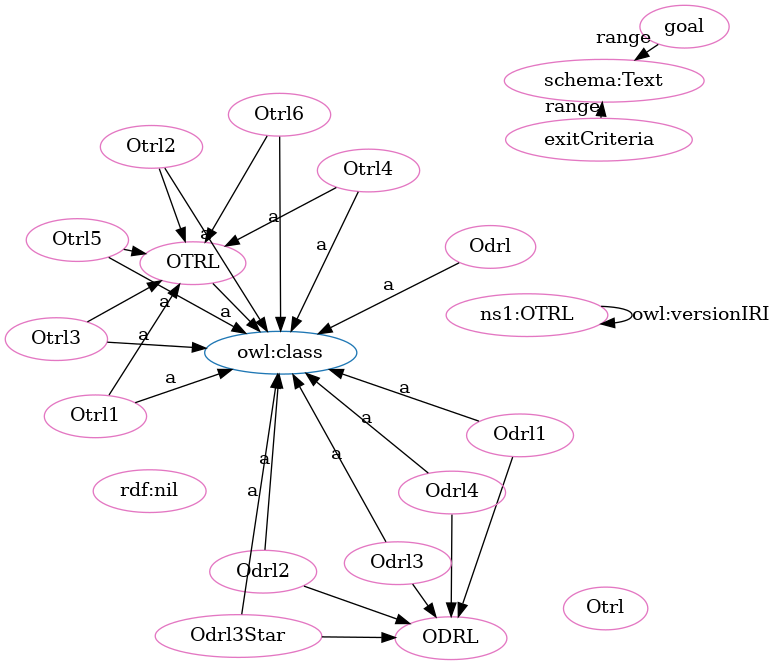
This is OTRL-clean.png from OPEN-NEXT/OKH-LOSH, a Graphviz export, as it was before one commit. Its source is kept beside it as OTRL-clean.dot.
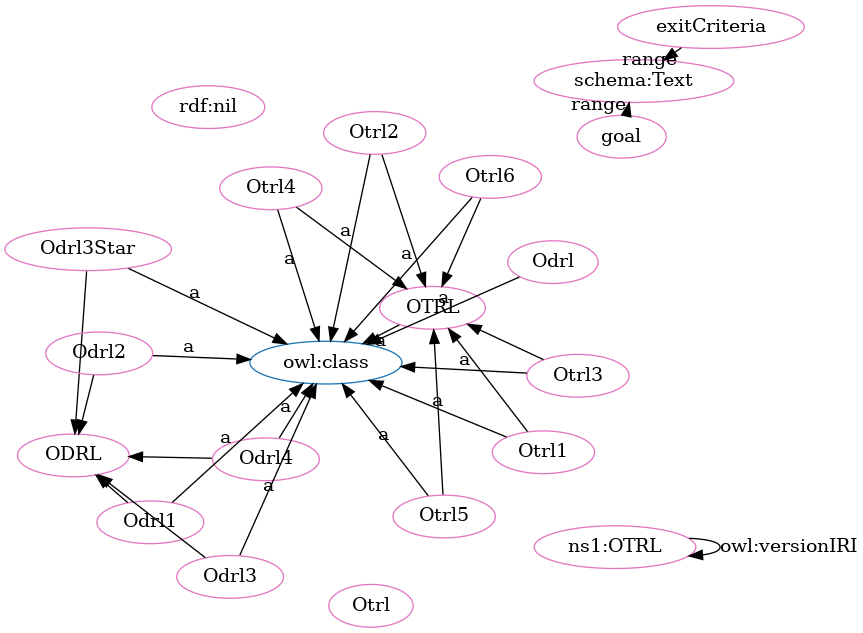
Later version of the same file.

What changed in the source:
```diff
@@ -1,54 +1,54 @@
 digraph G {
   rankdir=BT
   node[height=.3]
+"http://purl.org/oseg/ontologies/OTRL#ODRL" [fillcolor="#1f77b4" color="#1f77b4" label="ODRL"]
+"http://www.w3.org/2002/07/owl#class" [fillcolor="#1f77b4" color="#1f77b4" label="owl:class"]
 "http://purl.org/oseg/ontologies/OTRL#OTRL" [fillcolor="#1f77b4" color="#1f77b4" label="OTRL"]
-"http://www.w3.org/2002/07/owl#class" [fillcolor="#1f77b4" color="#1f77b4" label="owl:class"]
-"http://purl.org/oseg/ontologies/OTRL#ODRL" [fillcolor="#1f77b4" color="#1f77b4" label="ODRL"]
+"http://purl.org/oseg/ontologies/OTRL#Odrl3Star" [fillcolor="#e377c2" color="#e377c2" label="Odrl3Star"]
+"http://purl.org/oseg/ontologies/OTRL#OTRL" [fillcolor="#e377c2" color="#e377c2" label="OTRL"]
+"http://purl.org/oseg/ontologies/OTRL#ODRL" [fillcolor="#e377c2" color="#e377c2" label="ODRL"]
+"http://schema.org/Text" [fillcolor="#e377c2" color="#e377c2" label="schema:Text"]
+"http://purl.org/oseg/ontologies/OTRL#Odrl" [fillcolor="#e377c2" color="#e377c2" label="Odrl"]
+"http://purl.org/oseg/ontologies/OTRL#Otrl2" [fillcolor="#e377c2" color="#e377c2" label="Otrl2"]
+"http://purl.org/oseg/ontologies/OTRL#Otrl" [fillcolor="#e377c2" color="#e377c2" label="Otrl"]
 "http://purl.org/oseg/ontologies/OTRL#Odrl2" [fillcolor="#e377c2" color="#e377c2" label="Odrl2"]
-"http://schema.org/Text" [fillcolor="#e377c2" color="#e377c2" label="schema:Text"]
+"http://www.w3.org/1999/02/22-rdf-syntax-ns#nil" [fillcolor="#e377c2" color="#e377c2" label="rdf:nil"]
+"http://purl.org/oseg/ontologies/OTRL" [fillcolor="#e377c2" color="#e377c2" label="ns1:OTRL"]
+"http://purl.org/oseg/ontologies/OTRL#Odrl4" [fillcolor="#e377c2" color="#e377c2" label="Odrl4"]
+"http://purl.org/oseg/ontologies/OTRL#Odrl1" [fillcolor="#e377c2" color="#e377c2" label="Odrl1"]
+"http://purl.org/oseg/ontologies/OTRL#exitCriteria" [fillcolor="#e377c2" color="#e377c2" label="exitCriteria"]
+"http://purl.org/oseg/ontologies/OTRL#Odrl3" [fillcolor="#e377c2" color="#e377c2" label="Odrl3"]
+"http://purl.org/oseg/ontologies/OTRL#Otrl5" [fillcolor="#e377c2" color="#e377c2" label="Otrl5"]
+"http://purl.org/oseg/ontologies/OTRL#Otrl4" [fillcolor="#e377c2" color="#e377c2" label="Otrl4"]
+"http://purl.org/oseg/ontologies/OTRL#Otrl1" [fillcolor="#e377c2" color="#e377c2" label="Otrl1"]
+"http://purl.org/oseg/ontologies/OTRL#Otrl3" [fillcolor="#e377c2" color="#e377c2" label="Otrl3"]
 "http://purl.org/oseg/ontologies/OTRL#goal" [fillcolor="#e377c2" color="#e377c2" label="goal"]
-"http://purl.org/oseg/ontologies/OTRL#ODRL" [fillcolor="#e377c2" color="#e377c2" label="ODRL"]
-"http://purl.org/oseg/ontologies/OTRL#OTRL" [fillcolor="#e377c2" color="#e377c2" label="OTRL"]
-"http://purl.org/oseg/ontologies/OTRL#Otrl" [fillcolor="#e377c2" color="#e377c2" label="Otrl"]
-"http://purl.org/oseg/ontologies/OTRL" [fillcolor="#e377c2" color="#e377c2" label="ns1:OTRL"]
-"http://purl.org/oseg/ontologies/OTRL#Odrl" [fillcolor="#e377c2" color="#e377c2" label="Odrl"]
-"http://purl.org/oseg/ontologies/OTRL#Odrl1" [fillcolor="#e377c2" color="#e377c2" label="Odrl1"]
-"http://purl.org/oseg/ontologies/OTRL#Odrl3Star" [fillcolor="#e377c2" color="#e377c2" label="Odrl3Star"]
-"http://purl.org/oseg/ontologies/OTRL#exitCriteria" [fillcolor="#e377c2" color="#e377c2" label="exitCriteria"]
-"http://www.w3.org/1999/02/22-rdf-syntax-ns#nil" [fillcolor="#e377c2" color="#e377c2" label="rdf:nil"]
-"http://purl.org/oseg/ontologies/OTRL#Odrl4" [fillcolor="#e377c2" color="#e377c2" label="Odrl4"]
-"http://purl.org/oseg/ontologies/OTRL#Otrl1" [fillcolor="#e377c2" color="#e377c2" label="Otrl1"]
-"http://purl.org/oseg/ontologies/OTRL#Odrl3" [fillcolor="#e377c2" color="#e377c2" label="Odrl3"]
 "http://purl.org/oseg/ontologies/OTRL#Otrl6" [fillcolor="#e377c2" color="#e377c2" label="Otrl6"]
-"http://purl.org/oseg/ontologies/OTRL#Otrl3" [fillcolor="#e377c2" color="#e377c2" label="Otrl3"]
-"http://purl.org/oseg/ontologies/OTRL#Otrl2" [fillcolor="#e377c2" color="#e377c2" label="Otrl2"]
-"http://purl.org/oseg/ontologies/OTRL#Otrl4" [fillcolor="#e377c2" color="#e377c2" label="Otrl4"]
-"http://purl.org/oseg/ontologies/OTRL#Otrl5" [fillcolor="#e377c2" color="#e377c2" label="Otrl5"]
-  "http://purl.org/oseg/ontologies/OTRL#Odrl2" -> "http://www.w3.org/2002/07/owl#class" [label="a"]
-  "http://purl.org/oseg/ontologies/OTRL#exitCriteria" -> "http://schema.org/Text" [label="range"]
-  "http://purl.org/oseg/ontologies/OTRL#Odrl4" -> "http://purl.org/oseg/ontologies/OTRL#ODRL" [label=""]
+  "http://purl.org/oseg/ontologies/OTRL#OTRL" -> "http://www.w3.org/2002/07/owl#class" [label="a"]
+  "http://purl.org/oseg/ontologies/OTRL#Odrl1" -> "http://purl.org/oseg/ontologies/OTRL#ODRL" [label=""]
   "http://purl.org/oseg/ontologies/OTRL#Otrl4" -> "http://purl.org/oseg/ontologies/OTRL#OTRL" [label=""]
-  "http://purl.org/oseg/ontologies/OTRL#Odrl3Star" -> "http://www.w3.org/2002/07/owl#class" [label="a"]
-  "http://purl.org/oseg/ontologies/OTRL#Odrl3" -> "http://purl.org/oseg/ontologies/OTRL#ODRL" [label=""]
-  "http://purl.org/oseg/ontologies/OTRL#Odrl4" -> "http://www.w3.org/2002/07/owl#class" [label="a"]
-  "http://purl.org/oseg/ontologies/OTRL#Odrl3" -> "http://www.w3.org/2002/07/owl#class" [label="a"]
-  "http://purl.org/oseg/ontologies/OTRL#OTRL" -> "http://www.w3.org/2002/07/owl#class" [label="a"]
   "http://purl.org/oseg/ontologies/OTRL#Otrl6" -> "http://purl.org/oseg/ontologies/OTRL#OTRL" [label=""]
   "http://purl.org/oseg/ontologies/OTRL#Otrl2" -> "http://www.w3.org/2002/07/owl#class" [label="a"]
+  "http://purl.org/oseg/ontologies/OTRL#Odrl4" -> "http://purl.org/oseg/ontologies/OTRL#ODRL" [label=""]
+  "http://purl.org/oseg/ontologies/OTRL" -> "http://purl.org/oseg/ontologies/OTRL" [label="owl:versionIRI"]
+  "http://purl.org/oseg/ontologies/OTRL#Odrl4" -> "http://www.w3.org/2002/07/owl#class" [label="a"]
+  "http://purl.org/oseg/ontologies/OTRL#Otrl2" -> "http://purl.org/oseg/ontologies/OTRL#OTRL" [label=""]
   "http://purl.org/oseg/ontologies/OTRL#Otrl4" -> "http://www.w3.org/2002/07/owl#class" [label="a"]
+  "http://purl.org/oseg/ontologies/OTRL#Otrl3" -> "http://www.w3.org/2002/07/owl#class" [label="a"]
+  "http://purl.org/oseg/ontologies/OTRL#Otrl6" -> "http://www.w3.org/2002/07/owl#class" [label="a"]
+  "http://purl.org/oseg/ontologies/OTRL#Odrl3Star" -> "http://www.w3.org/2002/07/owl#class" [label="a"]
+  "http://purl.org/oseg/ontologies/OTRL#goal" -> "http://schema.org/Text" [label="range"]
+  "http://purl.org/oseg/ontologies/OTRL#Odrl2" -> "http://purl.org/oseg/ontologies/OTRL#ODRL" [label=""]
+  "http://purl.org/oseg/ontologies/OTRL#Odrl" -> "http://www.w3.org/2002/07/owl#class" [label="a"]
+  "http://purl.org/oseg/ontologies/OTRL#Odrl2" -> "http://www.w3.org/2002/07/owl#class" [label="a"]
+  "http://purl.org/oseg/ontologies/OTRL#Odrl3" -> "http://purl.org/oseg/ontologies/OTRL#ODRL" [label=""]
+  "http://purl.org/oseg/ontologies/OTRL#Otrl3" -> "http://purl.org/oseg/ontologies/OTRL#OTRL" [label=""]
+  "http://purl.org/oseg/ontologies/OTRL#Odrl1" -> "http://www.w3.org/2002/07/owl#class" [label="a"]
+  "http://purl.org/oseg/ontologies/OTRL#Odrl3" -> "http://www.w3.org/2002/07/owl#class" [label="a"]
   "http://purl.org/oseg/ontologies/OTRL#Otrl5" -> "http://www.w3.org/2002/07/owl#class" [label="a"]
-  "http://purl.org/oseg/ontologies/OTRL" -> "http://purl.org/oseg/ontologies/OTRL" [label="owl:versionIRI"]
-  "http://purl.org/oseg/ontologies/OTRL#Otrl2" -> "http://purl.org/oseg/ontologies/OTRL#OTRL" [label=""]
-  "http://purl.org/oseg/ontologies/OTRL#Otrl1" -> "http://purl.org/oseg/ontologies/OTRL#OTRL" [label=""]
-  "http://purl.org/oseg/ontologies/OTRL#Odrl1" -> "http://www.w3.org/2002/07/owl#class" [label="a"]
-  "http://purl.org/oseg/ontologies/OTRL#goal" -> "http://schema.org/Text" [label="range"]
+  "http://purl.org/oseg/ontologies/OTRL#Odrl3Star" -> "http://purl.org/oseg/ontologies/OTRL#ODRL" [label=""]
   "http://purl.org/oseg/ontologies/OTRL#Otrl5" -> "http://purl.org/oseg/ontologies/OTRL#OTRL" [label=""]
   "http://purl.org/oseg/ontologies/OTRL#Otrl1" -> "http://www.w3.org/2002/07/owl#class" [label="a"]
-  "http://purl.org/oseg/ontologies/OTRL#Otrl6" -> "http://www.w3.org/2002/07/owl#class" [label="a"]
-  "http://purl.org/oseg/ontologies/OTRL#Odrl1" -> "http://purl.org/oseg/ontologies/OTRL#ODRL" [label=""]
-  "http://purl.org/oseg/ontologies/OTRL#Odrl3Star" -> "http://purl.org/oseg/ontologies/OTRL#ODRL" [label=""]
-  "http://purl.org/oseg/ontologies/OTRL#Otrl3" -> "http://purl.org/oseg/ontologies/OTRL#OTRL" [label=""]
-  "http://purl.org/oseg/ontologies/OTRL#Odrl" -> "http://www.w3.org/2002/07/owl#class" [label="a"]
-  "http://purl.org/oseg/ontologies/OTRL#Otrl3" -> "http://www.w3.org/2002/07/owl#class" [label="a"]
-  "http://purl.org/oseg/ontologies/OTRL#Odrl2" -> "http://purl.org/oseg/ontologies/OTRL#ODRL" [label=""]
+  "http://purl.org/oseg/ontologies/OTRL#exitCriteria" -> "http://schema.org/Text" [label="range"]
+  "http://purl.org/oseg/ontologies/OTRL#Otrl1" -> "http://purl.org/oseg/ontologies/OTRL#OTRL" [label=""]
 }
```
